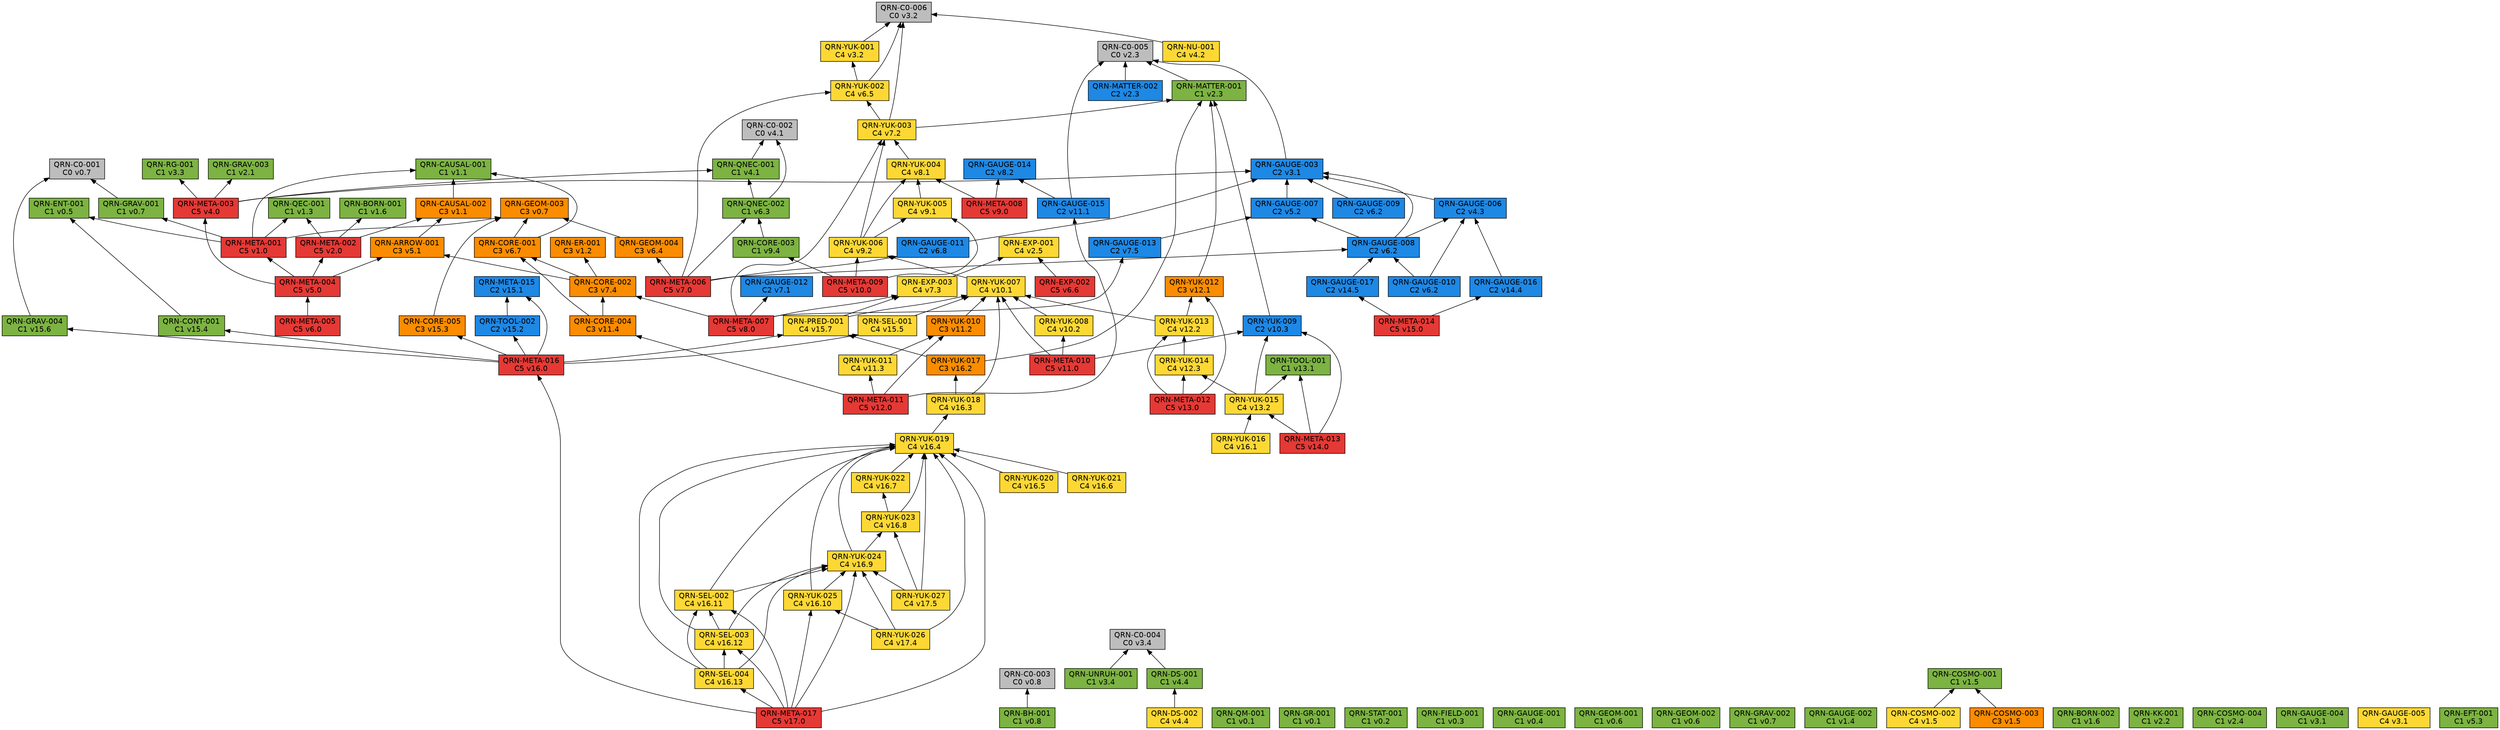
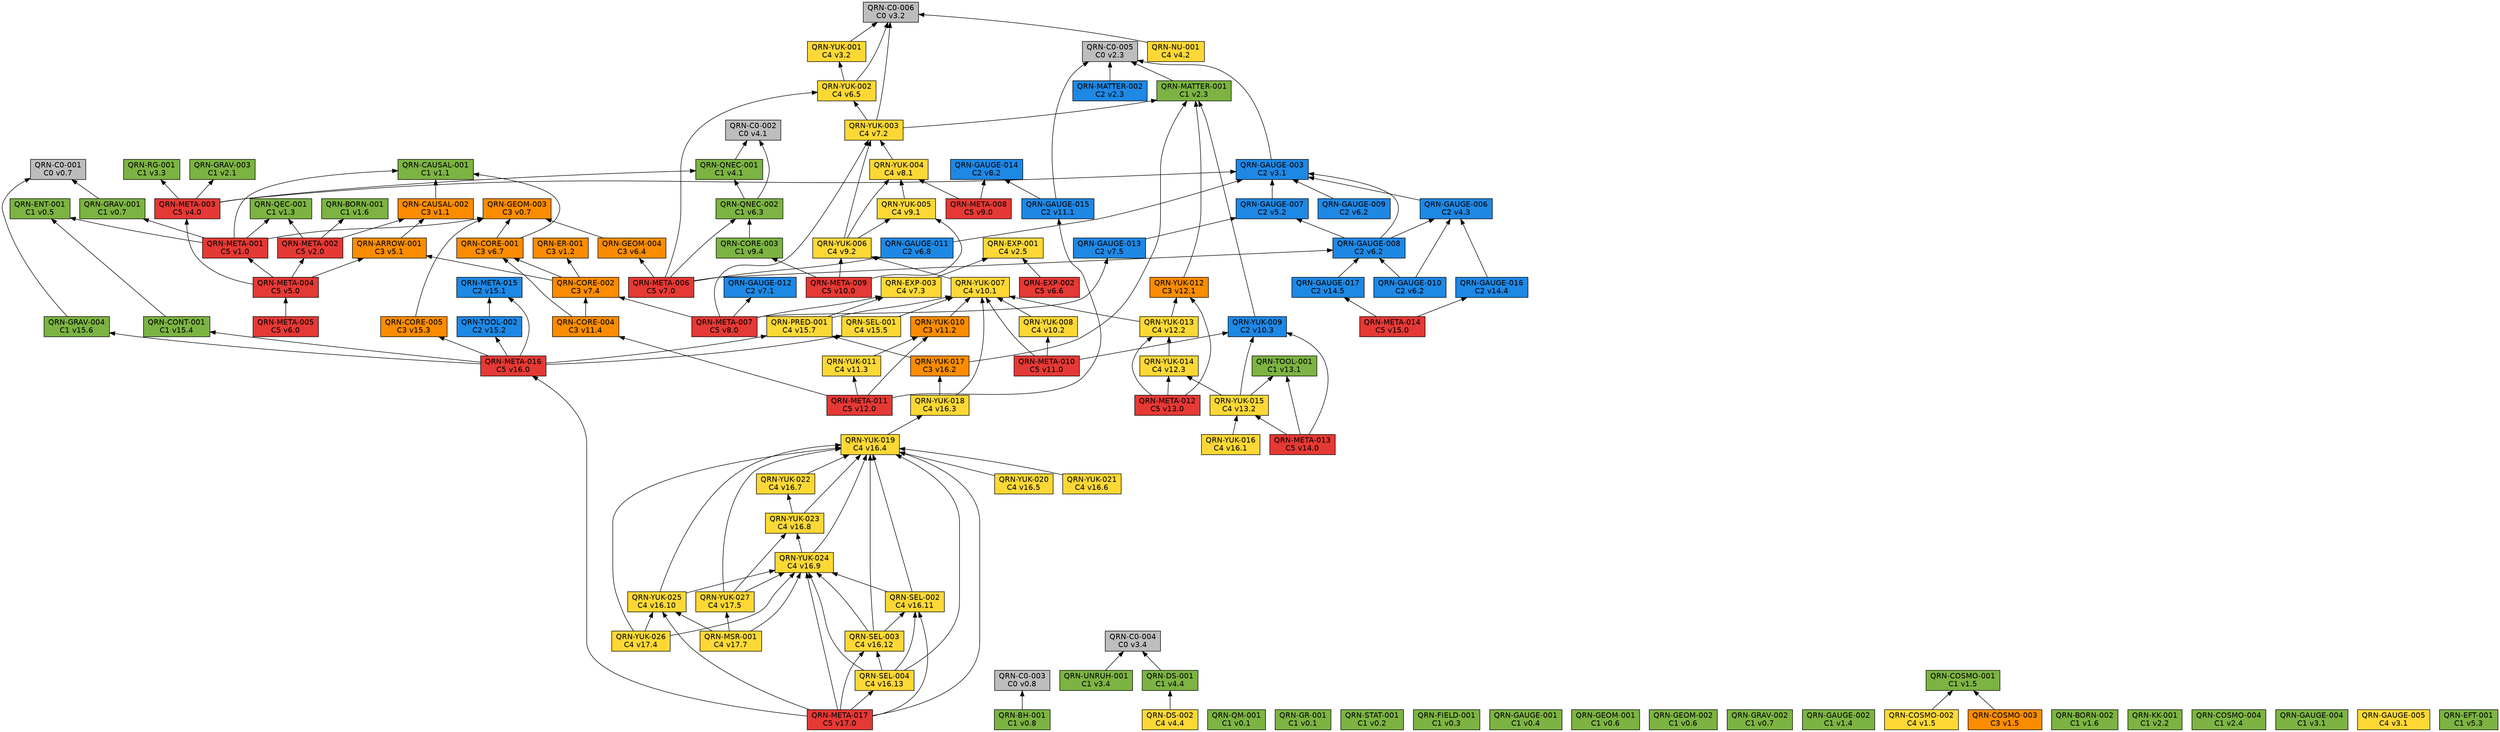
// 自動生成 (dag/report.pl) — QRN 主張依存グラフ
digraph qrn {
  rankdir=BT;
  node [shape=box, style=filled, fontname="Helvetica"];
  "QRN-C0-001" [fillcolor="#bdbdbd", label="QRN-C0-001\nC0 v0.7"];
  "QRN-C0-002" [fillcolor="#bdbdbd", label="QRN-C0-002\nC0 v4.1"];
  "QRN-C0-003" [fillcolor="#bdbdbd", label="QRN-C0-003\nC0 v0.8"];
  "QRN-C0-004" [fillcolor="#bdbdbd", label="QRN-C0-004\nC0 v3.4"];
  "QRN-C0-005" [fillcolor="#bdbdbd", label="QRN-C0-005\nC0 v2.3"];
  "QRN-C0-006" [fillcolor="#bdbdbd", label="QRN-C0-006\nC0 v3.2"];
  "QRN-QM-001" [fillcolor="#7cb342", label="QRN-QM-001\nC1 v0.1"];
  "QRN-GR-001" [fillcolor="#7cb342", label="QRN-GR-001\nC1 v0.1"];
  "QRN-STAT-001" [fillcolor="#7cb342", label="QRN-STAT-001\nC1 v0.2"];
  "QRN-FIELD-001" [fillcolor="#7cb342", label="QRN-FIELD-001\nC1 v0.3"];
  "QRN-GAUGE-001" [fillcolor="#7cb342", label="QRN-GAUGE-001\nC1 v0.4"];
  "QRN-ENT-001" [fillcolor="#7cb342", label="QRN-ENT-001\nC1 v0.5"];
  "QRN-GEOM-001" [fillcolor="#7cb342", label="QRN-GEOM-001\nC1 v0.6"];
  "QRN-GEOM-002" [fillcolor="#7cb342", label="QRN-GEOM-002\nC1 v0.6"];
  "QRN-GEOM-003" [fillcolor="#fb8c00", label="QRN-GEOM-003\nC3 v0.7"];
  "QRN-GRAV-001" [fillcolor="#7cb342", label="QRN-GRAV-001\nC1 v0.7"];
  "QRN-GRAV-002" [fillcolor="#7cb342", label="QRN-GRAV-002\nC1 v0.7"];
  "QRN-BH-001" [fillcolor="#7cb342", label="QRN-BH-001\nC1 v0.8"];
  "QRN-CAUSAL-001" [fillcolor="#7cb342", label="QRN-CAUSAL-001\nC1 v1.1"];
  "QRN-CAUSAL-002" [fillcolor="#fb8c00", label="QRN-CAUSAL-002\nC3 v1.1"];
  "QRN-ER-001" [fillcolor="#fb8c00", label="QRN-ER-001\nC3 v1.2"];
  "QRN-QEC-001" [fillcolor="#7cb342", label="QRN-QEC-001\nC1 v1.3"];
  "QRN-GAUGE-002" [fillcolor="#7cb342", label="QRN-GAUGE-002\nC1 v1.4"];
  "QRN-COSMO-001" [fillcolor="#7cb342", label="QRN-COSMO-001\nC1 v1.5"];
  "QRN-COSMO-002" [fillcolor="#fdd835", label="QRN-COSMO-002\nC4 v1.5"];
  "QRN-COSMO-003" [fillcolor="#fb8c00", label="QRN-COSMO-003\nC3 v1.5"];
  "QRN-BORN-001" [fillcolor="#7cb342", label="QRN-BORN-001\nC1 v1.6"];
  "QRN-BORN-002" [fillcolor="#7cb342", label="QRN-BORN-002\nC1 v1.6"];
  "QRN-GRAV-003" [fillcolor="#7cb342", label="QRN-GRAV-003\nC1 v2.1"];
  "QRN-KK-001" [fillcolor="#7cb342", label="QRN-KK-001\nC1 v2.2"];
  "QRN-MATTER-001" [fillcolor="#7cb342", label="QRN-MATTER-001\nC1 v2.3"];
  "QRN-MATTER-002" [fillcolor="#1e88e5", label="QRN-MATTER-002\nC2 v2.3"];
  "QRN-COSMO-004" [fillcolor="#7cb342", label="QRN-COSMO-004\nC1 v2.4"];
  "QRN-EXP-001" [fillcolor="#fdd835", label="QRN-EXP-001\nC4 v2.5"];
  "QRN-GAUGE-003" [fillcolor="#1e88e5", label="QRN-GAUGE-003\nC2 v3.1"];
  "QRN-GAUGE-004" [fillcolor="#7cb342", label="QRN-GAUGE-004\nC1 v3.1"];
  "QRN-GAUGE-005" [fillcolor="#fdd835", label="QRN-GAUGE-005\nC4 v3.1"];
  "QRN-YUK-001" [fillcolor="#fdd835", label="QRN-YUK-001\nC4 v3.2"];
  "QRN-RG-001" [fillcolor="#7cb342", label="QRN-RG-001\nC1 v3.3"];
  "QRN-UNRUH-001" [fillcolor="#7cb342", label="QRN-UNRUH-001\nC1 v3.4"];
  "QRN-QNEC-001" [fillcolor="#7cb342", label="QRN-QNEC-001\nC1 v4.1"];
  "QRN-NU-001" [fillcolor="#fdd835", label="QRN-NU-001\nC4 v4.2"];
  "QRN-GAUGE-006" [fillcolor="#1e88e5", label="QRN-GAUGE-006\nC2 v4.3"];
  "QRN-DS-001" [fillcolor="#7cb342", label="QRN-DS-001\nC1 v4.4"];
  "QRN-DS-002" [fillcolor="#fdd835", label="QRN-DS-002\nC4 v4.4"];
  "QRN-ARROW-001" [fillcolor="#fb8c00", label="QRN-ARROW-001\nC3 v5.1"];
  "QRN-GAUGE-007" [fillcolor="#1e88e5", label="QRN-GAUGE-007\nC2 v5.2"];
  "QRN-EFT-001" [fillcolor="#7cb342", label="QRN-EFT-001\nC1 v5.3"];
  "QRN-GAUGE-008" [fillcolor="#1e88e5", label="QRN-GAUGE-008\nC2 v6.2"];
  "QRN-GAUGE-009" [fillcolor="#1e88e5", label="QRN-GAUGE-009\nC2 v6.2"];
  "QRN-GAUGE-010" [fillcolor="#1e88e5", label="QRN-GAUGE-010\nC2 v6.2"];
  "QRN-QNEC-002" [fillcolor="#7cb342", label="QRN-QNEC-002\nC1 v6.3"];
  "QRN-GEOM-004" [fillcolor="#fb8c00", label="QRN-GEOM-004\nC3 v6.4"];
  "QRN-YUK-002" [fillcolor="#fdd835", label="QRN-YUK-002\nC4 v6.5"];
  "QRN-EXP-002" [fillcolor="#e53935", label="QRN-EXP-002\nC5 v6.6"];
  "QRN-CORE-001" [fillcolor="#fb8c00", label="QRN-CORE-001\nC3 v6.7"];
  "QRN-GAUGE-011" [fillcolor="#1e88e5", label="QRN-GAUGE-011\nC2 v6.8"];
  "QRN-GAUGE-012" [fillcolor="#1e88e5", label="QRN-GAUGE-012\nC2 v7.1"];
  "QRN-YUK-003" [fillcolor="#fdd835", label="QRN-YUK-003\nC4 v7.2"];
  "QRN-EXP-003" [fillcolor="#fdd835", label="QRN-EXP-003\nC4 v7.3"];
  "QRN-CORE-002" [fillcolor="#fb8c00", label="QRN-CORE-002\nC3 v7.4"];
  "QRN-GAUGE-013" [fillcolor="#1e88e5", label="QRN-GAUGE-013\nC2 v7.5"];
  "QRN-YUK-004" [fillcolor="#fdd835", label="QRN-YUK-004\nC4 v8.1"];
  "QRN-GAUGE-014" [fillcolor="#1e88e5", label="QRN-GAUGE-014\nC2 v8.2"];
  "QRN-META-001" [fillcolor="#e53935", label="QRN-META-001\nC5 v1.0"];
  "QRN-META-002" [fillcolor="#e53935", label="QRN-META-002\nC5 v2.0"];
  "QRN-META-003" [fillcolor="#e53935", label="QRN-META-003\nC5 v4.0"];
  "QRN-META-004" [fillcolor="#e53935", label="QRN-META-004\nC5 v5.0"];
  "QRN-META-005" [fillcolor="#e53935", label="QRN-META-005\nC5 v6.0"];
  "QRN-META-006" [fillcolor="#e53935", label="QRN-META-006\nC5 v7.0"];
  "QRN-META-007" [fillcolor="#e53935", label="QRN-META-007\nC5 v8.0"];
  "QRN-META-008" [fillcolor="#e53935", label="QRN-META-008\nC5 v9.0"];
  "QRN-YUK-005" [fillcolor="#fdd835", label="QRN-YUK-005\nC4 v9.1"];
  "QRN-YUK-006" [fillcolor="#fdd835", label="QRN-YUK-006\nC4 v9.2"];
  "QRN-CORE-003" [fillcolor="#7cb342", label="QRN-CORE-003\nC1 v9.4"];
  "QRN-META-009" [fillcolor="#e53935", label="QRN-META-009\nC5 v10.0"];
  "QRN-YUK-007" [fillcolor="#fdd835", label="QRN-YUK-007\nC4 v10.1"];
  "QRN-YUK-008" [fillcolor="#fdd835", label="QRN-YUK-008\nC4 v10.2"];
  "QRN-YUK-009" [fillcolor="#1e88e5", label="QRN-YUK-009\nC2 v10.3"];
  "QRN-META-010" [fillcolor="#e53935", label="QRN-META-010\nC5 v11.0"];
  "QRN-GAUGE-015" [fillcolor="#1e88e5", label="QRN-GAUGE-015\nC2 v11.1"];
  "QRN-YUK-010" [fillcolor="#fb8c00", label="QRN-YUK-010\nC3 v11.2"];
  "QRN-YUK-011" [fillcolor="#fdd835", label="QRN-YUK-011\nC4 v11.3"];
  "QRN-CORE-004" [fillcolor="#fb8c00", label="QRN-CORE-004\nC3 v11.4"];
  "QRN-META-011" [fillcolor="#e53935", label="QRN-META-011\nC5 v12.0"];
  "QRN-YUK-012" [fillcolor="#fb8c00", label="QRN-YUK-012\nC3 v12.1"];
  "QRN-YUK-013" [fillcolor="#fdd835", label="QRN-YUK-013\nC4 v12.2"];
  "QRN-YUK-014" [fillcolor="#fdd835", label="QRN-YUK-014\nC4 v12.3"];
  "QRN-META-012" [fillcolor="#e53935", label="QRN-META-012\nC5 v13.0"];
  "QRN-TOOL-001" [fillcolor="#7cb342", label="QRN-TOOL-001\nC1 v13.1"];
  "QRN-YUK-015" [fillcolor="#fdd835", label="QRN-YUK-015\nC4 v13.2"];
  "QRN-META-013" [fillcolor="#e53935", label="QRN-META-013\nC5 v14.0"];
  "QRN-GAUGE-016" [fillcolor="#1e88e5", label="QRN-GAUGE-016\nC2 v14.4"];
  "QRN-GAUGE-017" [fillcolor="#1e88e5", label="QRN-GAUGE-017\nC2 v14.5"];
  "QRN-META-014" [fillcolor="#e53935", label="QRN-META-014\nC5 v15.0"];
  "QRN-META-015" [fillcolor="#1e88e5", label="QRN-META-015\nC2 v15.1"];
  "QRN-TOOL-002" [fillcolor="#1e88e5", label="QRN-TOOL-002\nC2 v15.2"];
  "QRN-CORE-005" [fillcolor="#fb8c00", label="QRN-CORE-005\nC3 v15.3"];
  "QRN-CONT-001" [fillcolor="#7cb342", label="QRN-CONT-001\nC1 v15.4"];
  "QRN-SEL-001" [fillcolor="#fdd835", label="QRN-SEL-001\nC4 v15.5"];
  "QRN-GRAV-004" [fillcolor="#7cb342", label="QRN-GRAV-004\nC1 v15.6"];
  "QRN-PRED-001" [fillcolor="#fdd835", label="QRN-PRED-001\nC4 v15.7"];
  "QRN-META-016" [fillcolor="#e53935", label="QRN-META-016\nC5 v16.0"];
  "QRN-YUK-016" [fillcolor="#fdd835", label="QRN-YUK-016\nC4 v16.1"];
  "QRN-YUK-017" [fillcolor="#fb8c00", label="QRN-YUK-017\nC3 v16.2"];
  "QRN-YUK-018" [fillcolor="#fdd835", label="QRN-YUK-018\nC4 v16.3"];
  "QRN-YUK-019" [fillcolor="#fdd835", label="QRN-YUK-019\nC4 v16.4"];
  "QRN-YUK-020" [fillcolor="#fdd835", label="QRN-YUK-020\nC4 v16.5"];
  "QRN-YUK-021" [fillcolor="#fdd835", label="QRN-YUK-021\nC4 v16.6"];
  "QRN-YUK-022" [fillcolor="#fdd835", label="QRN-YUK-022\nC4 v16.7"];
  "QRN-YUK-023" [fillcolor="#fdd835", label="QRN-YUK-023\nC4 v16.8"];
  "QRN-YUK-024" [fillcolor="#fdd835", label="QRN-YUK-024\nC4 v16.9"];
  "QRN-YUK-025" [fillcolor="#fdd835", label="QRN-YUK-025\nC4 v16.10"];
  "QRN-SEL-002" [fillcolor="#fdd835", label="QRN-SEL-002\nC4 v16.11"];
  "QRN-SEL-003" [fillcolor="#fdd835", label="QRN-SEL-003\nC4 v16.12"];
  "QRN-SEL-004" [fillcolor="#fdd835", label="QRN-SEL-004\nC4 v16.13"];
  "QRN-META-017" [fillcolor="#e53935", label="QRN-META-017\nC5 v17.0"];
  "QRN-YUK-026" [fillcolor="#fdd835", label="QRN-YUK-026\nC4 v17.4"];
  "QRN-YUK-027" [fillcolor="#fdd835", label="QRN-YUK-027\nC4 v17.5"];
+   "QRN-MSR-001" [fillcolor="#fdd835", label="QRN-MSR-001\nC4 v17.7"];
  "QRN-GRAV-001" -> "QRN-C0-001";
  "QRN-BH-001" -> "QRN-C0-003";
  "QRN-CAUSAL-002" -> "QRN-CAUSAL-001";
  "QRN-COSMO-002" -> "QRN-COSMO-001";
  "QRN-COSMO-003" -> "QRN-COSMO-001";
  "QRN-MATTER-001" -> "QRN-C0-005";
  "QRN-MATTER-002" -> "QRN-C0-005";
  "QRN-GAUGE-003" -> "QRN-C0-005";
  "QRN-YUK-001" -> "QRN-C0-006";
  "QRN-UNRUH-001" -> "QRN-C0-004";
  "QRN-QNEC-001" -> "QRN-C0-002";
  "QRN-NU-001" -> "QRN-C0-006";
  "QRN-GAUGE-006" -> "QRN-GAUGE-003";
  "QRN-DS-001" -> "QRN-C0-004";
  "QRN-DS-002" -> "QRN-DS-001";
  "QRN-ARROW-001" -> "QRN-CAUSAL-002";
  "QRN-GAUGE-007" -> "QRN-GAUGE-003";
  "QRN-GAUGE-008" -> "QRN-GAUGE-003";
  "QRN-GAUGE-008" -> "QRN-GAUGE-006";
  "QRN-GAUGE-008" -> "QRN-GAUGE-007";
  "QRN-GAUGE-009" -> "QRN-GAUGE-003";
  "QRN-GAUGE-010" -> "QRN-GAUGE-006";
  "QRN-GAUGE-010" -> "QRN-GAUGE-008";
  "QRN-QNEC-002" -> "QRN-C0-002";
  "QRN-QNEC-002" -> "QRN-QNEC-001";
  "QRN-GEOM-004" -> "QRN-GEOM-003";
  "QRN-YUK-002" -> "QRN-C0-006";
  "QRN-YUK-002" -> "QRN-YUK-001";
  "QRN-EXP-002" -> "QRN-EXP-001";
  "QRN-CORE-001" -> "QRN-GEOM-003";
  "QRN-CORE-001" -> "QRN-CAUSAL-001";
  "QRN-GAUGE-011" -> "QRN-GAUGE-003";
  "QRN-YUK-003" -> "QRN-C0-006";
  "QRN-YUK-003" -> "QRN-MATTER-001";
  "QRN-YUK-003" -> "QRN-YUK-002";
  "QRN-EXP-003" -> "QRN-EXP-001";
  "QRN-CORE-002" -> "QRN-CORE-001";
  "QRN-CORE-002" -> "QRN-ER-001";
  "QRN-CORE-002" -> "QRN-ARROW-001";
  "QRN-GAUGE-013" -> "QRN-GAUGE-007";
  "QRN-YUK-004" -> "QRN-YUK-003";
  "QRN-META-001" -> "QRN-GEOM-003";
  "QRN-META-001" -> "QRN-GRAV-001";
  "QRN-META-001" -> "QRN-CAUSAL-001";
  "QRN-META-001" -> "QRN-QEC-001";
  "QRN-META-001" -> "QRN-ENT-001";
  "QRN-META-002" -> "QRN-QEC-001";
  "QRN-META-002" -> "QRN-BORN-001";
  "QRN-META-002" -> "QRN-CAUSAL-002";
  "QRN-META-003" -> "QRN-GAUGE-003";
  "QRN-META-003" -> "QRN-RG-001";
  "QRN-META-003" -> "QRN-QNEC-001";
  "QRN-META-003" -> "QRN-GRAV-003";
  "QRN-META-004" -> "QRN-META-001";
  "QRN-META-004" -> "QRN-META-002";
  "QRN-META-004" -> "QRN-META-003";
  "QRN-META-004" -> "QRN-ARROW-001";
  "QRN-META-005" -> "QRN-META-004";
  "QRN-META-006" -> "QRN-GAUGE-008";
  "QRN-META-006" -> "QRN-QNEC-002";
  "QRN-META-006" -> "QRN-GEOM-004";
  "QRN-META-006" -> "QRN-YUK-002";
  "QRN-META-006" -> "QRN-GAUGE-011";
  "QRN-META-007" -> "QRN-GAUGE-012";
  "QRN-META-007" -> "QRN-YUK-003";
  "QRN-META-007" -> "QRN-EXP-003";
  "QRN-META-007" -> "QRN-CORE-002";
  "QRN-META-007" -> "QRN-GAUGE-013";
  "QRN-META-008" -> "QRN-YUK-004";
  "QRN-META-008" -> "QRN-GAUGE-014";
  "QRN-YUK-005" -> "QRN-YUK-004";
  "QRN-YUK-006" -> "QRN-YUK-003";
  "QRN-YUK-006" -> "QRN-YUK-004";
  "QRN-YUK-006" -> "QRN-YUK-005";
  "QRN-CORE-003" -> "QRN-QNEC-002";
  "QRN-META-009" -> "QRN-YUK-005";
  "QRN-META-009" -> "QRN-YUK-006";
  "QRN-META-009" -> "QRN-CORE-003";
  "QRN-YUK-007" -> "QRN-YUK-006";
  "QRN-YUK-008" -> "QRN-YUK-007";
  "QRN-YUK-009" -> "QRN-MATTER-001";
  "QRN-META-010" -> "QRN-YUK-007";
  "QRN-META-010" -> "QRN-YUK-008";
  "QRN-META-010" -> "QRN-YUK-009";
  "QRN-GAUGE-015" -> "QRN-C0-005";
  "QRN-GAUGE-015" -> "QRN-GAUGE-014";
  "QRN-YUK-010" -> "QRN-YUK-007";
  "QRN-YUK-011" -> "QRN-YUK-010";
  "QRN-CORE-004" -> "QRN-CORE-001";
  "QRN-CORE-004" -> "QRN-CORE-002";
  "QRN-META-011" -> "QRN-GAUGE-015";
  "QRN-META-011" -> "QRN-YUK-010";
  "QRN-META-011" -> "QRN-YUK-011";
  "QRN-META-011" -> "QRN-CORE-004";
  "QRN-YUK-012" -> "QRN-MATTER-001";
  "QRN-YUK-013" -> "QRN-YUK-012";
  "QRN-YUK-013" -> "QRN-YUK-007";
  "QRN-YUK-014" -> "QRN-YUK-013";
  "QRN-META-012" -> "QRN-YUK-012";
  "QRN-META-012" -> "QRN-YUK-013";
  "QRN-META-012" -> "QRN-YUK-014";
  "QRN-YUK-015" -> "QRN-YUK-014";
  "QRN-YUK-015" -> "QRN-TOOL-001";
  "QRN-YUK-015" -> "QRN-YUK-009";
  "QRN-META-013" -> "QRN-YUK-015";
  "QRN-META-013" -> "QRN-TOOL-001";
  "QRN-META-013" -> "QRN-YUK-009";
  "QRN-GAUGE-016" -> "QRN-GAUGE-006";
  "QRN-GAUGE-017" -> "QRN-GAUGE-008";
  "QRN-META-014" -> "QRN-GAUGE-016";
  "QRN-META-014" -> "QRN-GAUGE-017";
  "QRN-TOOL-002" -> "QRN-META-015";
  "QRN-CORE-005" -> "QRN-GEOM-003";
  "QRN-CONT-001" -> "QRN-ENT-001";
  "QRN-SEL-001" -> "QRN-YUK-007";
  "QRN-GRAV-004" -> "QRN-C0-001";
  "QRN-PRED-001" -> "QRN-YUK-007";
  "QRN-PRED-001" -> "QRN-EXP-003";
  "QRN-META-016" -> "QRN-META-015";
  "QRN-META-016" -> "QRN-TOOL-002";
  "QRN-META-016" -> "QRN-CORE-005";
  "QRN-META-016" -> "QRN-CONT-001";
  "QRN-META-016" -> "QRN-SEL-001";
  "QRN-META-016" -> "QRN-GRAV-004";
  "QRN-META-016" -> "QRN-PRED-001";
  "QRN-YUK-016" -> "QRN-YUK-015";
  "QRN-YUK-017" -> "QRN-MATTER-001";
  "QRN-YUK-017" -> "QRN-PRED-001";
  "QRN-YUK-018" -> "QRN-YUK-017";
  "QRN-YUK-018" -> "QRN-YUK-007";
  "QRN-YUK-019" -> "QRN-YUK-018";
  "QRN-YUK-020" -> "QRN-YUK-019";
  "QRN-YUK-021" -> "QRN-YUK-019";
  "QRN-YUK-022" -> "QRN-YUK-019";
  "QRN-YUK-023" -> "QRN-YUK-019";
  "QRN-YUK-023" -> "QRN-YUK-022";
  "QRN-YUK-024" -> "QRN-YUK-019";
  "QRN-YUK-024" -> "QRN-YUK-023";
  "QRN-YUK-025" -> "QRN-YUK-019";
  "QRN-YUK-025" -> "QRN-YUK-024";
  "QRN-SEL-002" -> "QRN-YUK-019";
  "QRN-SEL-002" -> "QRN-YUK-024";
  "QRN-SEL-003" -> "QRN-YUK-019";
  "QRN-SEL-003" -> "QRN-YUK-024";
  "QRN-SEL-003" -> "QRN-SEL-002";
  "QRN-SEL-004" -> "QRN-YUK-019";
  "QRN-SEL-004" -> "QRN-YUK-024";
  "QRN-SEL-004" -> "QRN-SEL-002";
  "QRN-SEL-004" -> "QRN-SEL-003";
  "QRN-META-017" -> "QRN-META-016";
  "QRN-META-017" -> "QRN-YUK-019";
  "QRN-META-017" -> "QRN-YUK-024";
  "QRN-META-017" -> "QRN-YUK-025";
  "QRN-META-017" -> "QRN-SEL-002";
  "QRN-META-017" -> "QRN-SEL-003";
  "QRN-META-017" -> "QRN-SEL-004";
  "QRN-YUK-026" -> "QRN-YUK-019";
  "QRN-YUK-026" -> "QRN-YUK-024";
  "QRN-YUK-026" -> "QRN-YUK-025";
  "QRN-YUK-027" -> "QRN-YUK-019";
  "QRN-YUK-027" -> "QRN-YUK-023";
  "QRN-YUK-027" -> "QRN-YUK-024";
+   "QRN-MSR-001" -> "QRN-YUK-024";
+   "QRN-MSR-001" -> "QRN-YUK-025";
+   "QRN-MSR-001" -> "QRN-YUK-027";
}
